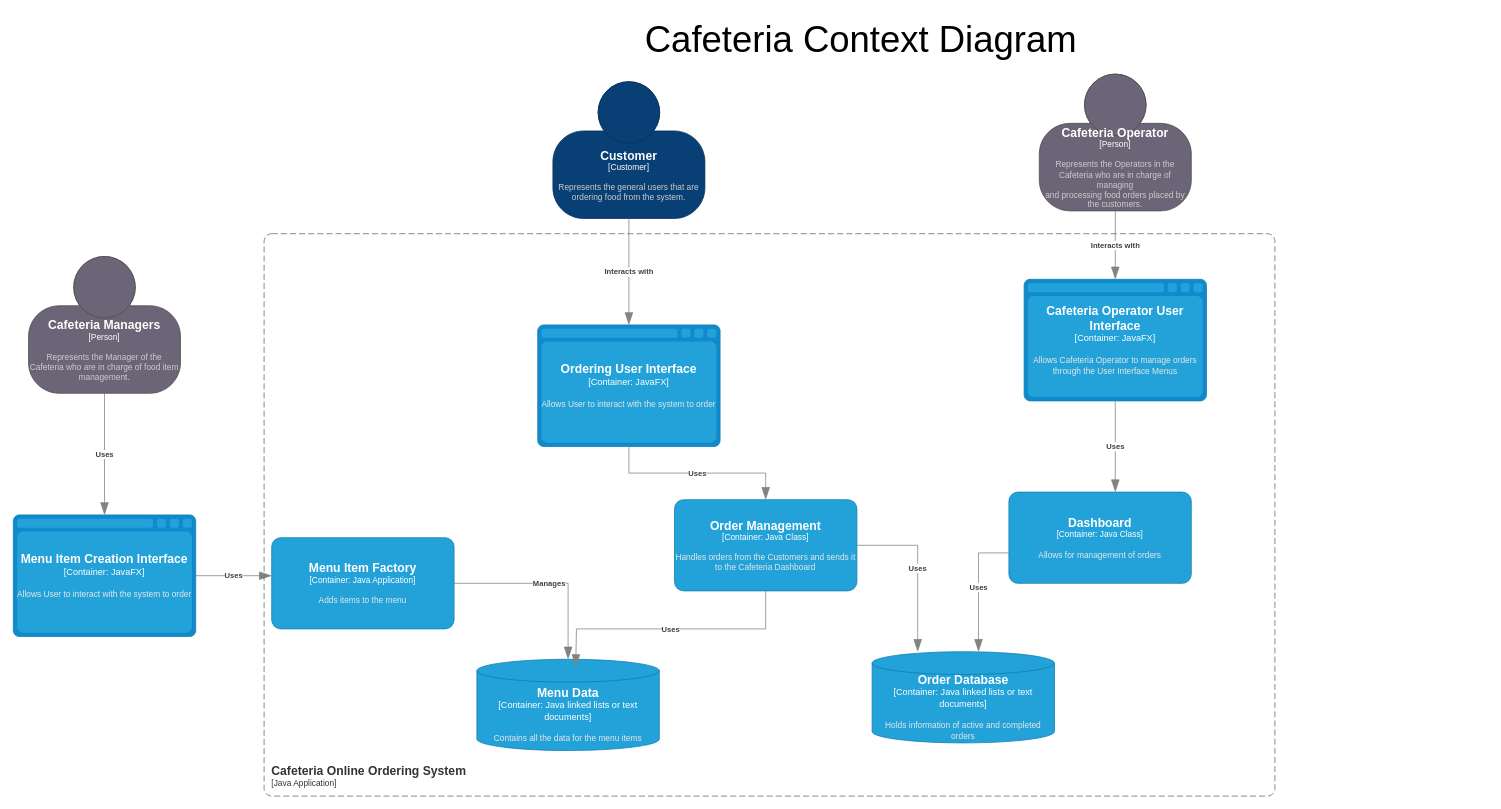
The draw.io diagram BasicDiagram.drawio in EstevanPerezASU/PsycheSurfaceDataVR, before the edit. Source tidied: cells renumbered, new cells numbered last; positions are measured from the earlier drawing's top-left corner, leaving out a move shared by most shapes. Both pictures are drawn from the tidied source at 76%, with x=0, y=0 at pixel (13, 13).
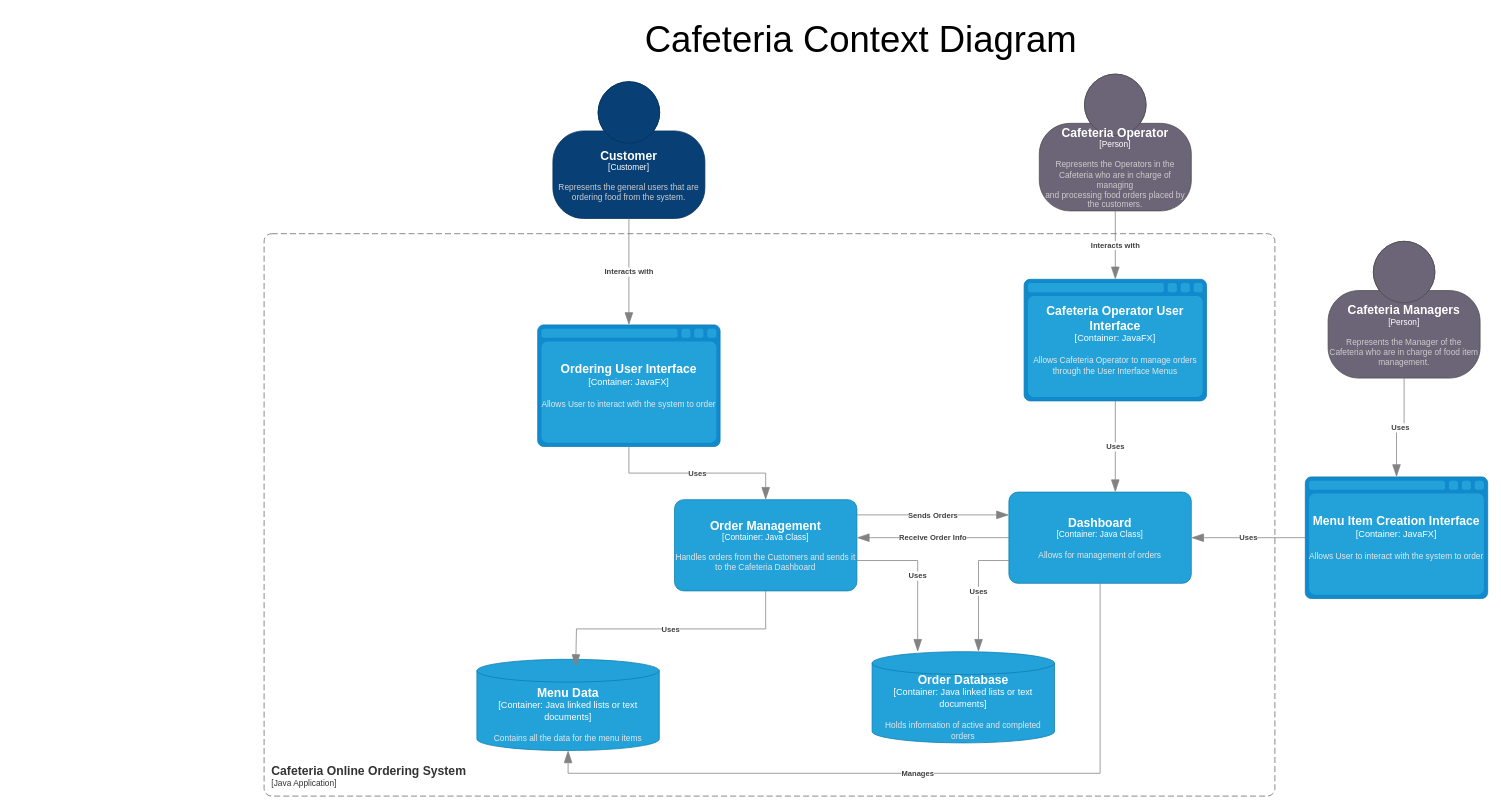
The same diagram, later.

The change refers to these unchanged cells:
```xml
<object id="5" label="&lt;font style=&quot;font-size: 16px&quot;&gt;&lt;b&gt;%c4Name%&lt;/b&gt;&lt;/font&gt;&lt;div&gt;[%c4Type%: %c4Technology%]&lt;/div&gt;&lt;br&gt;&lt;div&gt;&lt;font style=&quot;font-size: 11px&quot;&gt;&lt;font color=&quot;#E6E6E6&quot;&gt;%c4Description%&lt;/font&gt;&lt;/div&gt;" c4Description="Handles orders from the Customers and sends it to the Cafeteria Dashboard" c4Name="Order Management" c4Technology="Java Class" c4Type="Container" placeholders="1">
  <mxCell style="rounded=1;whiteSpace=wrap;html=1;fontSize=11;labelBackgroundColor=none;fillColor=#23A2D9;fontColor=#ffffff;align=center;arcSize=10;strokeColor=#0E7DAD;points=[[0.25,0,0],[0.5,0,0],[0.75,0,0],[1,0.25,0],[1,0.5,0],[1,0.75,0],[0.75,1,0],[0.5,1,0],[0.25,1,0],[0,0.75,0],[0,0.5,0],[0,0.25,0]];" parent="1" vertex="1">
    <mxGeometry x="870" y="640" width="240" height="120" as="geometry" />
  </mxCell>
</object>
<object id="6" label="&lt;font style=&quot;font-size: 16px&quot;&gt;&lt;b&gt;%c4Name%&lt;/b&gt;&lt;/font&gt;&lt;div&gt;[%c4Type%:&amp;nbsp;%c4Technology%]&lt;/div&gt;&lt;br&gt;&lt;div&gt;&lt;font style=&quot;font-size: 11px&quot;&gt;&lt;font color=&quot;#E6E6E6&quot;&gt;%c4Description%&lt;/font&gt;&lt;/div&gt;" c4Description="Contains all the data for the menu items" c4Name="Menu Data" c4Technology="Java linked lists or text documents" c4Type="Container" placeholders="1">
  <mxCell style="shape=cylinder3;size=15;whiteSpace=wrap;html=1;boundedLbl=1;rounded=0;labelBackgroundColor=none;fillColor=#23A2D9;fontSize=12;fontColor=#ffffff;align=center;strokeColor=#0E7DAD;points=[[0.5,0,0],[1,0.25,0],[1,0.5,0],[1,0.75,0],[0.5,1,0],[0,0.75,0],[0,0.5,0],[0,0.25,0]];" parent="1" vertex="1">
    <mxGeometry x="610" y="850" width="240" height="120" as="geometry" />
  </mxCell>
</object>
<object id="7" label="&lt;font style=&quot;font-size: 16px&quot;&gt;&lt;b&gt;%c4Name%&lt;/b&gt;&lt;/font&gt;&lt;div&gt;[%c4Type%: %c4Technology%]&lt;/div&gt;&lt;br&gt;&lt;div&gt;&lt;font style=&quot;font-size: 11px&quot;&gt;&lt;font color=&quot;#E6E6E6&quot;&gt;%c4Description%&lt;/font&gt;&lt;/div&gt;" c4Description="Allows for management of orders" c4Name="Dashboard" c4Technology="Java Class" c4Type="Container" placeholders="1">
  <mxCell style="rounded=1;whiteSpace=wrap;html=1;fontSize=11;labelBackgroundColor=none;fillColor=#23A2D9;fontColor=#ffffff;align=center;arcSize=10;strokeColor=#0E7DAD;points=[[0.25,0,0],[0.5,0,0],[0.75,0,0],[1,0.25,0],[1,0.5,0],[1,0.75,0],[0.75,1,0],[0.5,1,0],[0.25,1,0],[0,0.75,0],[0,0.5,0],[0,0.25,0]];" parent="1" vertex="1">
    <mxGeometry x="1310" y="630" width="240" height="120" as="geometry" />
  </mxCell>
</object>
<object id="10" label="&lt;font style=&quot;font-size: 16px&quot;&gt;&lt;b&gt;%c4Name%&lt;/b&gt;&lt;/font&gt;&lt;div&gt;[%c4Type%:&amp;nbsp;%c4Technology%]&lt;/div&gt;&lt;br&gt;&lt;div&gt;&lt;font style=&quot;font-size: 11px&quot;&gt;&lt;font color=&quot;#E6E6E6&quot;&gt;%c4Description%&lt;/font&gt;&lt;/div&gt;" c4Description="Holds information of active and completed orders" c4Name="Order Database" c4Technology="Java linked lists or text documents" c4Type="Container" placeholders="1">
  <mxCell style="shape=cylinder3;size=15;whiteSpace=wrap;html=1;boundedLbl=1;rounded=0;labelBackgroundColor=none;fillColor=#23A2D9;fontSize=12;fontColor=#ffffff;align=center;strokeColor=#0E7DAD;points=[[0.5,0,0],[1,0.25,0],[1,0.5,0],[1,0.75,0],[0.5,1,0],[0,0.75,0],[0,0.5,0],[0,0.25,0]];" parent="1" vertex="1">
    <mxGeometry x="1130" y="840" width="240" height="120" as="geometry" />
  </mxCell>
</object>
```

The edit, as a diff of the source:
```diff
@@
     <object id="11" label="&lt;div style=&quot;text-align: left&quot;&gt;&lt;div style=&quot;text-align: center&quot;&gt;&lt;b&gt;%c4Description%&lt;/b&gt;&lt;/div&gt;" c4Description="Uses" placeholders="1">
       <mxCell style="endArrow=blockThin;html=1;fontSize=10;fontColor=#404040;strokeWidth=1;endFill=1;strokeColor=#828282;elbow=vertical;endSize=14;startSize=14;jumpStyle=arc;jumpSize=16;rounded=0;edgeStyle=orthogonalEdgeStyle;" parent="1" edge="1" source="5" target="10">
         <mxGeometry relative="1" as="geometry">
           <Array as="points">
-            <mxPoint x="1190" y="700" />
+            <mxPoint x="1190" y="720" />
           </Array>
         </mxGeometry>
       </mxCell>
     </object>
     <object id="12" label="&lt;div style=&quot;text-align: left&quot;&gt;&lt;div style=&quot;text-align: center&quot;&gt;&lt;b&gt;%c4Description%&lt;/b&gt;&lt;/div&gt;" c4Description="Uses" placeholders="1">
       <mxCell style="endArrow=blockThin;html=1;fontSize=10;fontColor=#404040;strokeWidth=1;endFill=1;strokeColor=#828282;elbow=vertical;endSize=14;startSize=14;jumpStyle=arc;jumpSize=16;rounded=0;edgeStyle=orthogonalEdgeStyle;" parent="1" edge="1" source="7" target="10">
         <mxGeometry relative="1" as="geometry">
           <Array as="points">
-            <mxPoint x="1270" y="710" />
+            <mxPoint x="1270" y="720" />
           </Array>
         </mxGeometry>
       </mxCell>
     </object>
@@
     <object id="15" label="&lt;font style=&quot;font-size: 16px&quot;&gt;&lt;b&gt;%c4Name%&lt;/b&gt;&lt;/font&gt;&lt;div&gt;[%c4Type%]&lt;/div&gt;&lt;br&gt;&lt;div&gt;&lt;font style=&quot;font-size: 11px&quot;&gt;&lt;font color=&quot;#cccccc&quot;&gt;%c4Description%&lt;/font&gt;&lt;/div&gt;" c4Description="Represents the Manager of the Cafeteria who are in charge of food item&#10;management." c4Name="Cafeteria Managers" c4Type="Person" placeholders="1">
       <mxCell style="html=1;fontSize=11;dashed=0;whiteSpace=wrap;fillColor=#6C6477;strokeColor=#4D4D4D;fontColor=#ffffff;shape=mxgraph.c4.person2;align=center;points=[[0.5,0,0],[1,0.5,0],[1,0.75,0],[0.75,1,0],[0.5,1,0],[0.25,1,0],[0,0.75,0],[0,0.5,0]];" parent="1" vertex="1">
-        <mxGeometry x="20" y="320" width="200" height="180" as="geometry" />
+        <mxGeometry x="1730" y="300" width="200" height="180" as="geometry" />
       </mxCell>
     </object>
@@
     <object id="17" label="&lt;div style=&quot;text-align: left&quot;&gt;&lt;div style=&quot;text-align: center&quot;&gt;&lt;b&gt;%c4Description%&lt;/b&gt;&lt;/div&gt;" c4Description="Uses" placeholders="1">
-      <mxCell style="endArrow=blockThin;html=1;fontSize=10;fontColor=#404040;strokeWidth=1;endFill=1;strokeColor=#828282;elbow=vertical;endSize=14;startSize=14;jumpStyle=arc;jumpSize=16;rounded=0;edgeStyle=orthogonalEdgeStyle;" parent="1" edge="1" source="23" target="19">
-        <mxGeometry relative="1" as="geometry">
-          <Array as="points">
-            <mxPoint x="320" y="740" />
-            <mxPoint x="320" y="740" />
-          </Array>
-        </mxGeometry>
+      <mxCell style="endArrow=blockThin;html=1;fontSize=10;fontColor=#404040;strokeWidth=1;endFill=1;strokeColor=#828282;elbow=vertical;endSize=14;startSize=14;jumpStyle=arc;jumpSize=16;rounded=0;edgeStyle=orthogonalEdgeStyle;" parent="1" edge="1" source="23" target="7">
+        <mxGeometry relative="1" as="geometry" />
       </mxCell>
     </object>
@@
-    <object id="19" label="&lt;font style=&quot;font-size: 16px&quot;&gt;&lt;b&gt;%c4Name%&lt;/b&gt;&lt;/font&gt;&lt;div&gt;[%c4Type%: %c4Technology%]&lt;/div&gt;&lt;br&gt;&lt;div&gt;&lt;font style=&quot;font-size: 11px&quot;&gt;&lt;font color=&quot;#E6E6E6&quot;&gt;%c4Description%&lt;/font&gt;&lt;/div&gt;" c4Description="Adds items to the menu" c4Name="Menu Item Factory&#10;" c4Technology="Java Application" c4Type="Container" placeholders="1">
-      <mxCell style="rounded=1;whiteSpace=wrap;html=1;fontSize=11;labelBackgroundColor=none;fillColor=#23A2D9;fontColor=#ffffff;align=center;arcSize=10;strokeColor=#0E7DAD;points=[[0.25,0,0],[0.5,0,0],[0.75,0,0],[1,0.25,0],[1,0.5,0],[1,0.75,0],[0.75,1,0],[0.5,1,0],[0.25,1,0],[0,0.75,0],[0,0.5,0],[0,0.25,0]];" parent="1" vertex="1">
-        <mxGeometry x="340" y="690" width="240" height="120" as="geometry" />
-      </mxCell>
-    </object>
     <object id="20" label="&lt;div style=&quot;text-align: left&quot;&gt;&lt;div style=&quot;text-align: center&quot;&gt;&lt;b&gt;%c4Description%&lt;/b&gt;&lt;/div&gt;" c4Description="Manages" placeholders="1">
-      <mxCell style="endArrow=blockThin;html=1;fontSize=10;fontColor=#404040;strokeWidth=1;endFill=1;strokeColor=#828282;elbow=vertical;endSize=14;startSize=14;jumpStyle=arc;jumpSize=16;rounded=0;edgeStyle=orthogonalEdgeStyle;" parent="1" edge="1" source="19" target="6">
-        <mxGeometry relative="1" as="geometry" />
+      <mxCell style="endArrow=blockThin;html=1;fontSize=10;fontColor=#404040;strokeWidth=1;endFill=1;strokeColor=#828282;elbow=vertical;endSize=14;startSize=14;jumpStyle=arc;jumpSize=16;rounded=0;edgeStyle=orthogonalEdgeStyle;" parent="1" edge="1" source="7" target="6">
+        <mxGeometry relative="1" as="geometry">
+          <Array as="points">
+            <mxPoint x="1430" y="1000" />
+            <mxPoint x="730" y="1000" />
+          </Array>
+        </mxGeometry>
       </mxCell>
     </object>
@@
     <object id="23" label="&lt;font style=&quot;font-size: 16px&quot;&gt;&lt;b&gt;%c4Name%&lt;/b&gt;&lt;/font&gt;&lt;div&gt;[%c4Type%:&amp;nbsp;%c4Technology%]&lt;/div&gt;&lt;br&gt;&lt;div&gt;&lt;font style=&quot;font-size: 11px&quot;&gt;&lt;font color=&quot;#E6E6E6&quot;&gt;%c4Description%&lt;/font&gt;&lt;/div&gt;" c4Description="Allows User to interact with the system to order" c4Name="Menu Item Creation Interface" c4Technology="JavaFX" c4Type="Container" placeholders="1">
       <mxCell style="shape=mxgraph.c4.webBrowserContainer2;whiteSpace=wrap;html=1;boundedLbl=1;rounded=0;labelBackgroundColor=none;strokeColor=#118ACD;fillColor=#23A2D9;strokeColor=#118ACD;strokeColor2=#0E7DAD;fontSize=12;fontColor=#ffffff;align=center;points=[[0.5,0,0],[1,0.25,0],[1,0.5,0],[1,0.75,0],[0.5,1,0],[0,0.75,0],[0,0.5,0],[0,0.25,0]];" parent="1" vertex="1">
-        <mxGeometry y="660" width="240" height="160" as="geometry" />
+        <mxGeometry x="1700" y="610" width="240" height="160" as="geometry" />
       </mxCell>
     </object>
@@
+    <object id="25" label="&lt;div style=&quot;text-align: left&quot;&gt;&lt;div style=&quot;text-align: center&quot;&gt;&lt;b&gt;%c4Description%&lt;/b&gt;&lt;/div&gt;" c4Description="Sends Orders" placeholders="1">
+      <mxCell style="endArrow=blockThin;html=1;fontSize=10;fontColor=#404040;strokeWidth=1;endFill=1;strokeColor=#828282;elbow=vertical;endSize=14;startSize=14;jumpStyle=arc;jumpSize=16;rounded=0;edgeStyle=orthogonalEdgeStyle;" parent="1" edge="1" source="5" target="7">
+        <mxGeometry relative="1" as="geometry">
+          <Array as="points">
+            <mxPoint x="1270" y="660" />
+            <mxPoint x="1270" y="660" />
+          </Array>
+        </mxGeometry>
+      </mxCell>
+    </object>
+    <object id="26" label="&lt;div style=&quot;text-align: left&quot;&gt;&lt;div style=&quot;text-align: center&quot;&gt;&lt;b&gt;%c4Description%&lt;/b&gt;&lt;/div&gt;" c4Description="Receive Order Info" placeholders="1">
+      <mxCell style="endArrow=blockThin;html=1;fontSize=10;fontColor=#404040;strokeWidth=1;endFill=1;strokeColor=#828282;elbow=vertical;endSize=14;startSize=14;jumpStyle=arc;jumpSize=16;rounded=0;edgeStyle=orthogonalEdgeStyle;" parent="1" edge="1" source="7" target="5">
+        <mxGeometry relative="1" as="geometry">
+          <Array as="points">
+            <mxPoint x="1150" y="690" />
+            <mxPoint x="1150" y="690" />
+          </Array>
+        </mxGeometry>
+      </mxCell>
+    </object>
```
